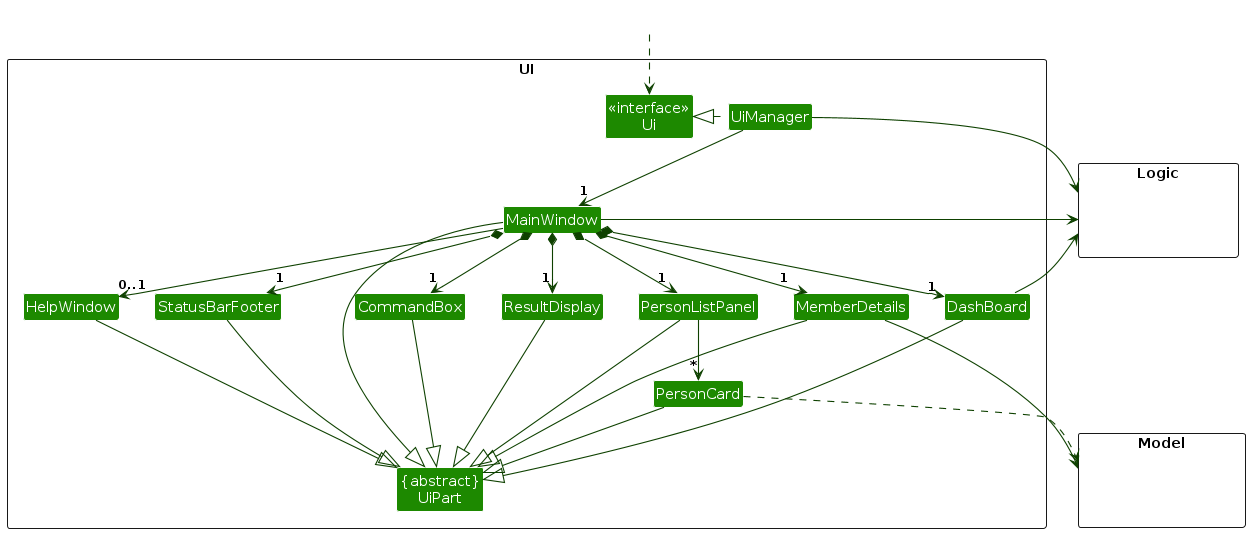
AY2526S2-CS2103T-W08-3/tp keeps this PlantUML diagram as diagrams/UiClassDiagram.png. Above is the earlier version. Its source is kept beside it as diagrams/UiClassDiagram.puml.
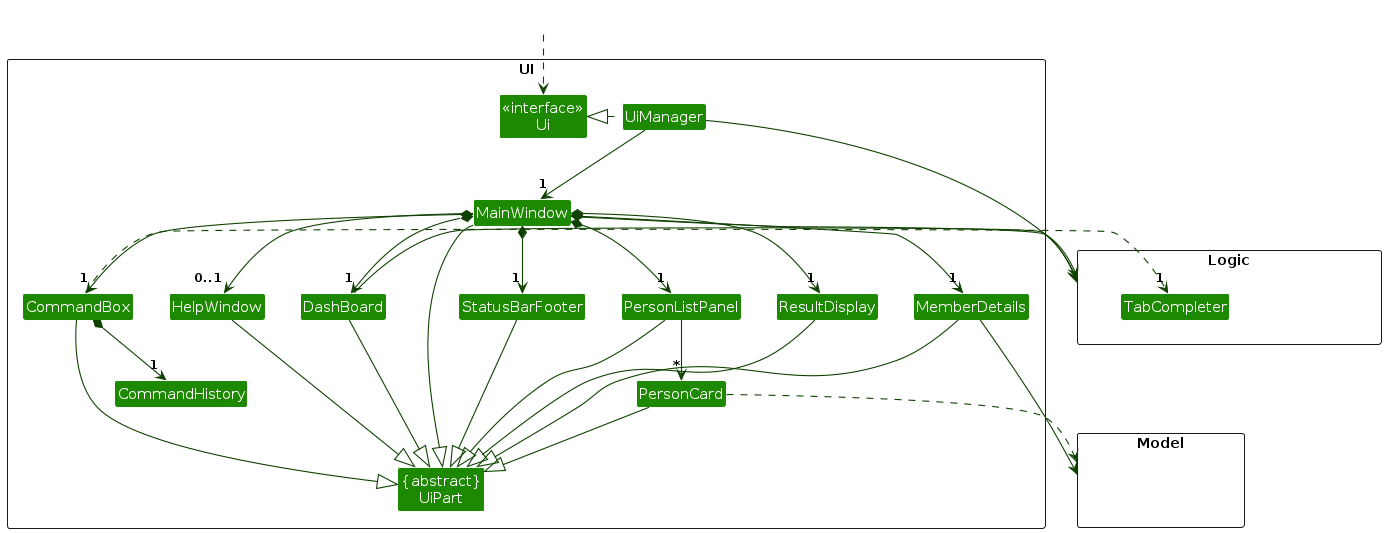
After the change.

Diff of the diagram source:
```diff
@@ -15,6 +15,7 @@
 Class PersonCard
 Class StatusBarFooter
 Class CommandBox
+Class CommandHistory
 Class DashBoard
 Class MemberDetails
 }
@@ -25,6 +26,7 @@
 
 package Logic <<Rectangle>> {
 Class HiddenLogic #FFFFFF
+Class TabCompleter
 }
 
 Class HiddenOutside #FFFFFF
@@ -33,6 +35,8 @@
 UiManager .left.|> Ui
 UiManager -down-> "1" MainWindow
 MainWindow *-down->  "1" CommandBox
+CommandBox *-down-> "1" CommandHistory
+CommandBox ..> "1" TabCompleter
 MainWindow *-down-> "1" ResultDisplay
 MainWindow *-down-> "1" PersonListPanel
 MainWindow *-down-> "1" DashBoard
```
